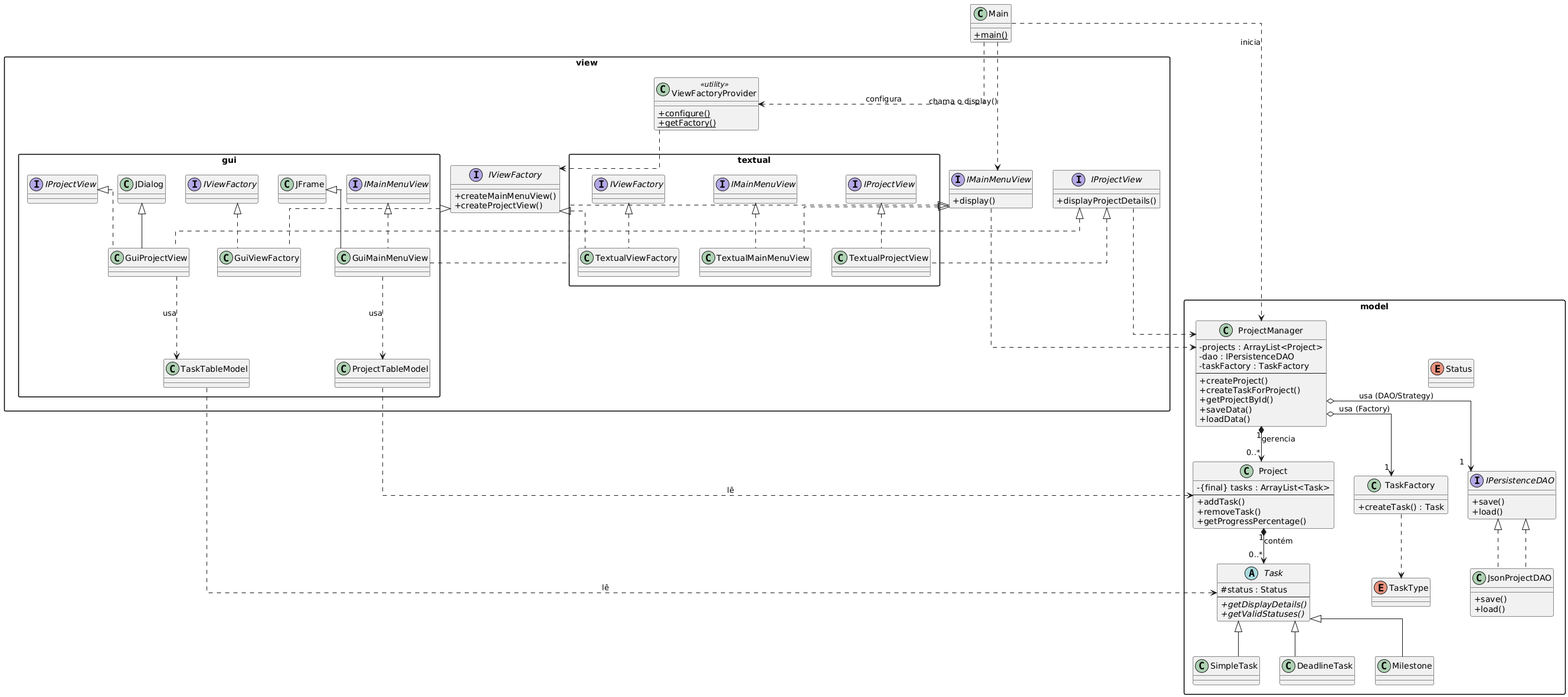
Earlier version of the PlantUML export docs/diagramaUML.png (Manuelakist/ProjectManager).
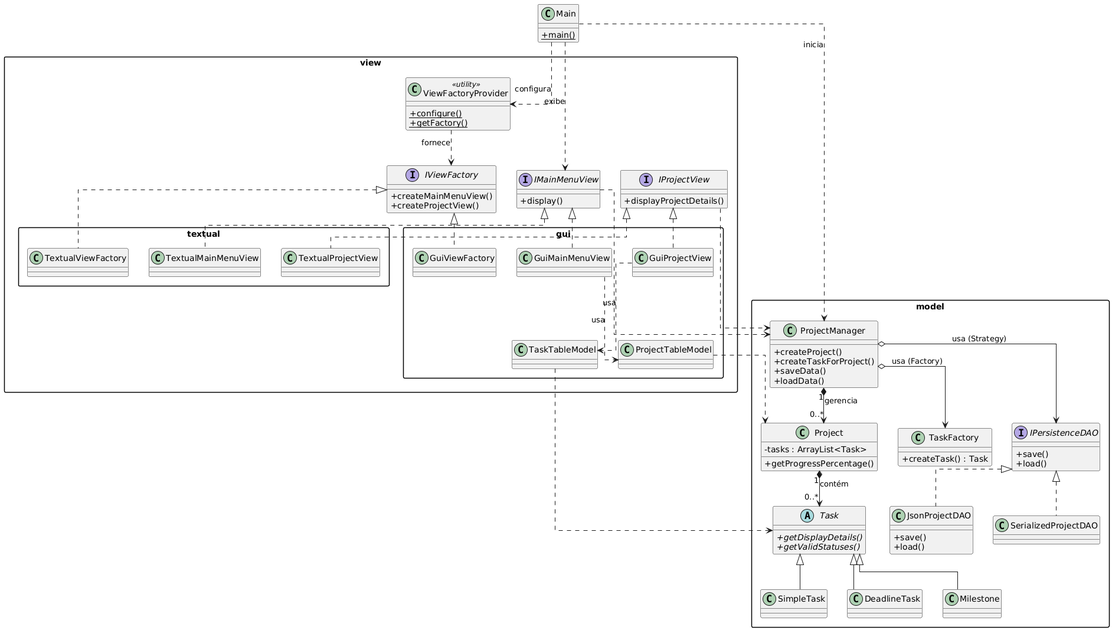
The same diagram one commit later.

What changed in the source:
```diff
@@ -10,31 +10,25 @@
 package "model" {
 
     class ProjectManager {
-        - projects : ArrayList<Project>
-        - dao : IPersistenceDAO
-        - taskFactory : TaskFactory
-        --
         + createProject()
         + createTaskForProject()
-        + getProjectById()
         + saveData()
         + loadData()
     }
 
     class Project {
-        - {final} tasks : ArrayList<Task>
-        --
-        + addTask()
-        + removeTask()
+        - tasks : ArrayList<Task>
         + getProgressPercentage()
     }
 
     abstract class Task {
-        # status : Status
-        --
         + {abstract} getDisplayDetails()
         + {abstract} getValidStatuses()
     }
+    class SimpleTask
+    class DeadlineTask
+    class Milestone
+
     Task <|-- SimpleTask
     Task <|-- DeadlineTask
     Task <|-- Milestone
@@ -42,17 +36,24 @@
     class TaskFactory {
         + createTask() : Task
     }
-    enum TaskType
 
     interface IPersistenceDAO {
         + save()
         + load()
     }
-    class JsonProjectDAO implements IPersistenceDAO {
+    class JsonProjectDAO {
         + save()
         + load()
     }
-    enum Status
+    class SerializedProjectDAO
+
+    IPersistenceDAO <|.. JsonProjectDAO
+    IPersistenceDAO <|.. SerializedProjectDAO
+
+    ProjectManager o--> IPersistenceDAO : "usa (Strategy)"
+    ProjectManager o--> TaskFactory : "usa (Factory)"
+    ProjectManager "1" *--> "0..*" Project : "gerencia"
+    Project "1" *--> "0..*" Task : "contém"
 }
 
 package "view" {
@@ -76,45 +77,41 @@
     }
 
     package "view.textual" {
-        class TextualViewFactory implements IViewFactory
-        class TextualMainMenuView implements IMainMenuView
-        class TextualProjectView implements IProjectView
+        class TextualViewFactory
+        class TextualMainMenuView
+        class TextualProjectView
+
+        IViewFactory <|.. TextualViewFactory
+        IMainMenuView <|.. TextualMainMenuView
+        IProjectView <|.. TextualProjectView
     }
 
     package "view.gui" {
-        class GuiViewFactory implements IViewFactory
-        class GuiMainMenuView extends JFrame implements IMainMenuView
-        class GuiProjectView extends JDialog implements IProjectView
+        class GuiViewFactory
+        class GuiMainMenuView
+        class GuiProjectView
+
+        IViewFactory <|.. GuiViewFactory
+        IMainMenuView <|.. GuiMainMenuView
+        IProjectView <|.. GuiProjectView
 
         class ProjectTableModel
         class TaskTableModel
+
+        GuiMainMenuView ..> ProjectTableModel : "usa"
+        GuiProjectView ..> TaskTableModel : "usa"
     }
 }
 
 
 Main ..> model.ProjectManager : "inicia"
 Main ..> view.ViewFactoryProvider : "configura"
-Main ..> view.IMainMenuView : "chama o display()"
+Main ..> view.IMainMenuView : "exibe"
 
-view.ViewFactoryProvider ..> view.IViewFactory
-view.IViewFactory <|.. view.textual.TextualViewFactory
-view.IViewFactory <|.. view.gui.GuiViewFactory
-view.IMainMenuView <|.. view.textual.TextualMainMenuView
-view.IMainMenuView <|.. view.gui.GuiMainMenuView
-view.IProjectView <|.. view.textual.TextualProjectView
-view.IProjectView <|.. view.gui.GuiProjectView
-
-model.ProjectManager o--> "1" model.IPersistenceDAO : "usa (DAO/Strategy)"
-model.IPersistenceDAO <|.. model.JsonProjectDAO
-model.ProjectManager o--> "1" model.TaskFactory : "usa (Factory)"
-model.ProjectManager "1" *--> "0..*" model.Project : "gerencia"
-model.Project "1" *--> "0..*" model.Task : "contém"
-model.TaskFactory ..> model.TaskType
+view.ViewFactoryProvider ..> view.IViewFactory : "fornece"
 
 view.IMainMenuView ..> model.ProjectManager
 view.IProjectView ..> model.ProjectManager
-view.gui.GuiMainMenuView ..> view.gui.ProjectTableModel : "usa"
-view.gui.GuiProjectView ..> view.gui.TaskTableModel : "usa"
-view.gui.ProjectTableModel ..> model.Project : "lê"
-view.gui.TaskTableModel ..> model.Task : "lê"
+view.gui.ProjectTableModel ..> model.Project
+view.gui.TaskTableModel ..> model.Task
 @enduml
```
